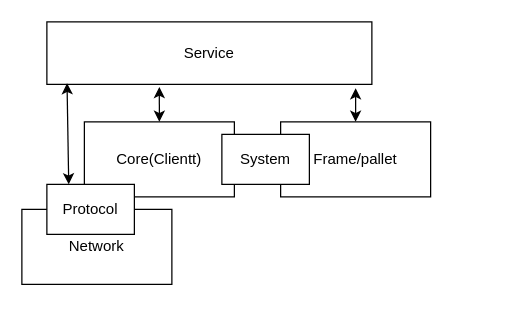
plotozhu/PynxDoc keeps this draw.io diagram as page "Page-1" (1 of 4) of 设计说明/概要设计.drawio. Above is the earlier version. Source tidied: cells renumbered, new cells numbered last; positions are measured from the earlier drawing's top-left corner, leaving out a move shared by most shapes. Both pictures are drawn from the tidied source at 125%, with x=0, y=0 at pixel (21, 21).
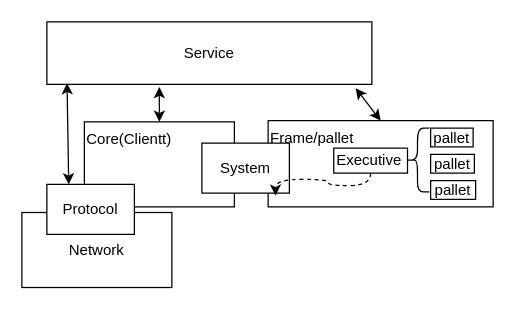
The same page after the edit.

Change to the diagram source:
```diff
@@
 <mxGraphModel>
   <root>
     <mxCell id="0" />
     <mxCell id="1" parent="0" />
-    <mxCell id="2" value="Core(Clientt)" style="rounded=0;whiteSpace=wrap;html=1;" parent="1" vertex="1">
-      <mxGeometry x="50" y="80" width="120" height="60" as="geometry" />
+    <mxCell id="2" value="Core(Clientt)" style="rounded=0;whiteSpace=wrap;html=1;align=left;verticalAlign=top;" parent="1" vertex="1">
+      <mxGeometry x="50" y="80" width="120" height="68" as="geometry" />
     </mxCell>
     <mxCell id="3" value="Network" style="rounded=0;whiteSpace=wrap;html=1;" parent="1" vertex="1">
-      <mxGeometry y="150" width="120" height="60" as="geometry" />
+      <mxGeometry y="152.5" width="120" height="60" as="geometry" />
     </mxCell>
     <mxCell id="4" value="Protocol" style="rounded=0;whiteSpace=wrap;html=1;" parent="1" vertex="1">
       <mxGeometry x="20" y="130" width="70" height="40" as="geometry" />
     </mxCell>
-    <mxCell id="5" value="Frame/pallet" style="rounded=0;whiteSpace=wrap;html=1;" parent="1" vertex="1">
-      <mxGeometry x="207" y="80" width="120" height="60" as="geometry" />
+    <mxCell id="5" value="Frame/pallet" style="rounded=0;whiteSpace=wrap;html=1;align=left;verticalAlign=top;" parent="1" vertex="1">
+      <mxGeometry x="197" y="79" width="180" height="69" as="geometry" />
     </mxCell>
     <mxCell id="6" value="System" style="rounded=0;whiteSpace=wrap;html=1;" parent="1" vertex="1">
-      <mxGeometry x="160" y="90" width="70" height="40" as="geometry" />
+      <mxGeometry x="144" y="97" width="70" height="40" as="geometry" />
     </mxCell>
     <mxCell id="7" value="Service" style="rounded=0;whiteSpace=wrap;html=1;" parent="1" vertex="1">
       <mxGeometry x="20" width="260" height="50" as="geometry" />
     </mxCell>
     <mxCell id="8" style="endArrow=classic;startArrow=classic;html=1;exitX=0.062;exitY=0.98;exitDx=0;exitDy=0;exitPerimeter=0;entryX=0.25;entryY=0;entryDx=0;entryDy=0;" parent="1" edge="1" source="7" target="4">
       <mxGeometry relative="1" as="geometry" />
     </mxCell>
     <mxCell id="9" style="endArrow=classic;startArrow=classic;html=1;entryX=0.5;entryY=0;entryDx=0;entryDy=0;exitX=0.346;exitY=1.04;exitDx=0;exitDy=0;exitPerimeter=0;" parent="1" edge="1" source="7" target="2">
       <mxGeometry relative="1" as="geometry" />
     </mxCell>
     <mxCell id="10" style="endArrow=classic;startArrow=classic;html=1;entryX=0.5;entryY=0;entryDx=0;entryDy=0;exitX=0.95;exitY=1.06;exitDx=0;exitDy=0;exitPerimeter=0;" parent="1" edge="1" source="7" target="5">
       <mxGeometry relative="1" as="geometry" />
     </mxCell>
+    <mxCell id="11" value="pallet" style="rounded=0;whiteSpace=wrap;html=1;align=center;" parent="1" vertex="1">
+      <mxGeometry x="327" y="85" width="34" height="15" as="geometry" />
+    </mxCell>
+    <mxCell id="12" value="pallet" style="rounded=0;whiteSpace=wrap;html=1;align=center;" parent="1" vertex="1">
+      <mxGeometry x="327" y="106" width="35" height="15" as="geometry" />
+    </mxCell>
+    <mxCell id="13" value="pallet" style="rounded=0;whiteSpace=wrap;html=1;align=center;" parent="1" vertex="1">
+      <mxGeometry x="327" y="127" width="36" height="15" as="geometry" />
+    </mxCell>
+    <mxCell id="14" style="shape=curlyBracket;whiteSpace=wrap;html=1;rounded=1;align=center;" parent="1" vertex="1">
+      <mxGeometry x="307" y="85" width="19" height="51" as="geometry" />
+    </mxCell>
+    <mxCell id="15" value="Executive" style="rounded=0;whiteSpace=wrap;html=1;align=left;" parent="1" vertex="1">
+      <mxGeometry x="249.5" y="101" width="59" height="20" as="geometry" />
+    </mxCell>
+    <mxCell id="16" style="endArrow=classic;html=1;dashed=1;exitX=0.5;exitY=1;exitDx=0;exitDy=0;entryX=0.842;entryY=1.051;entryDx=0;entryDy=0;edgeStyle=orthogonalEdgeStyle;curved=1;entryPerimeter=0;" parent="1" edge="1" source="15" target="6">
+      <mxGeometry relative="1" as="geometry">
+        <Array as="points">
+          <mxPoint x="279" y="131" />
+          <mxPoint x="245" y="131" />
+          <mxPoint x="245" y="126" />
+        </Array>
+      </mxGeometry>
+    </mxCell>
   </root>
 </mxGraphModel>
```
